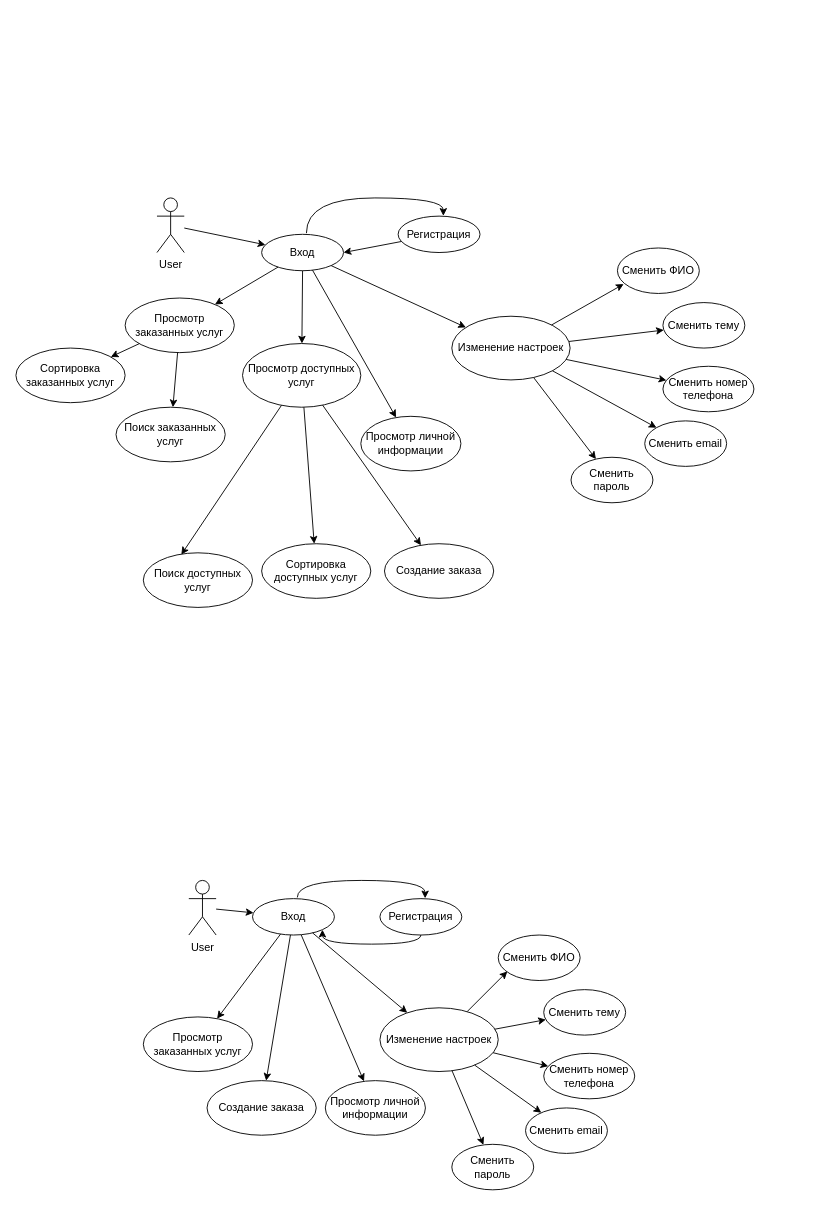
Before: Untitled Diagram.drawio in jekaqvop/Service-Center, a draw.io diagram. Source tidied: cells renumbered, new cells numbered last; positions are measured from the earlier drawing's top-left corner, leaving out a move shared by most shapes. Both pictures are drawn from the tidied source at 91%, with x=0, y=0 at pixel (15, 197).
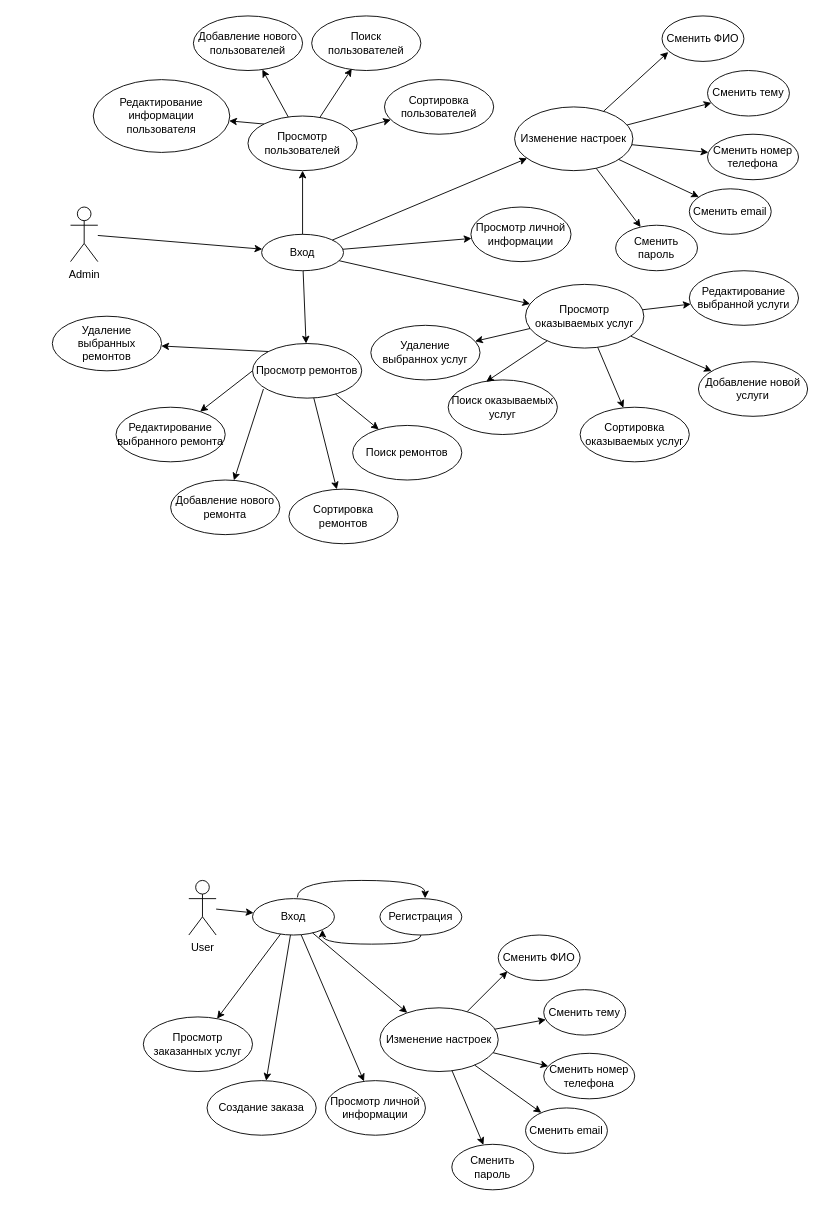
The same diagram, later.

The change refers to these unchanged cells:
```xml
<mxCell id="3" value="Вход" style="ellipse;whiteSpace=wrap;html=1;" parent="1" vertex="1">
  <mxGeometry x="270" y="40" width="90" height="40" as="geometry" />
</mxCell>
```

Diff of the diagram source:
```diff
@@
-    <mxCell id="2" value="User" style="shape=umlActor;verticalLabelPosition=bottom;verticalAlign=top;html=1;outlineConnect=0;" parent="1" vertex="1">
-      <mxGeometry x="155" width="30" height="60" as="geometry" />
+    <mxCell id="2" value="Admin" style="shape=umlActor;verticalLabelPosition=bottom;verticalAlign=top;html=1;outlineConnect=0;" parent="1" vertex="1">
+      <mxGeometry x="60" y="10" width="30" height="60" as="geometry" />
     </mxCell>
@@
-    <mxCell id="4" value="Регистрация" style="ellipse;whiteSpace=wrap;html=1;" parent="1" vertex="1">
-      <mxGeometry x="420" y="20" width="90" height="40" as="geometry" />
-    </mxCell>
-    <mxCell id="5" style="curved=1;endArrow=classic;html=1;exitX=0.547;exitY=-0.032;exitDx=0;exitDy=0;exitPerimeter=0;entryX=0.552;entryY=-0.008;entryDx=0;entryDy=0;entryPerimeter=0;edgeStyle=orthogonalEdgeStyle;" parent="1" edge="1" source="3" target="4">
-      <mxGeometry relative="1" as="geometry">
-        <Array as="points">
-          <mxPoint x="319" />
-          <mxPoint x="470" />
-        </Array>
-      </mxGeometry>
-    </mxCell>
@@
     <mxCell id="7" value="Просмотр личной информации" style="ellipse;whiteSpace=wrap;html=1;" parent="1" vertex="1">
-      <mxGeometry x="379" y="240" width="110" height="60" as="geometry" />
+      <mxGeometry x="500" y="10" width="110" height="60" as="geometry" />
     </mxCell>
@@
     <mxCell id="9" value="Изменение настроек" style="ellipse;whiteSpace=wrap;html=1;" parent="1" vertex="1">
-      <mxGeometry x="479" y="130" width="130" height="70" as="geometry" />
+      <mxGeometry x="548" y="-100" width="130" height="70" as="geometry" />
     </mxCell>
@@
-    <mxCell id="11" value="Создание заказа" style="ellipse;whiteSpace=wrap;html=1;" parent="1" vertex="1">
-      <mxGeometry x="405" y="380" width="120" height="60" as="geometry" />
+    <mxCell id="11" value="Добавление новой услуги" style="ellipse;whiteSpace=wrap;html=1;" parent="1" vertex="1">
+      <mxGeometry x="750" y="180" width="120" height="60" as="geometry" />
     </mxCell>
@@
-    <mxCell id="13" value="Просмотр заказанных услуг" style="ellipse;whiteSpace=wrap;html=1;" parent="1" vertex="1">
-      <mxGeometry x="120" y="110" width="120" height="60" as="geometry" />
+    <mxCell id="13" value="Просмотр ремонтов" style="ellipse;whiteSpace=wrap;html=1;" parent="1" vertex="1">
+      <mxGeometry x="260" y="160" width="120" height="60" as="geometry" />
     </mxCell>
@@
     <mxCell id="15" value="Сменить тему" style="ellipse;whiteSpace=wrap;html=1;" parent="1" vertex="1">
-      <mxGeometry x="711" y="115" width="90" height="50" as="geometry" />
+      <mxGeometry x="760" y="-140" width="90" height="50" as="geometry" />
     </mxCell>
     <mxCell id="16" value="Сменить номер телефона" style="ellipse;whiteSpace=wrap;html=1;" parent="1" vertex="1">
-      <mxGeometry x="711" y="185" width="100" height="50" as="geometry" />
+      <mxGeometry x="760" y="-70" width="100" height="50" as="geometry" />
     </mxCell>
     <mxCell id="17" value="Сменить email" style="ellipse;whiteSpace=wrap;html=1;" parent="1" vertex="1">
-      <mxGeometry x="691" y="245" width="90" height="50" as="geometry" />
+      <mxGeometry x="740" y="-10" width="90" height="50" as="geometry" />
     </mxCell>
     <mxCell id="18" value="Сменить пароль" style="ellipse;whiteSpace=wrap;html=1;" parent="1" vertex="1">
-      <mxGeometry x="610" y="285" width="90" height="50" as="geometry" />
+      <mxGeometry x="659" y="30" width="90" height="50" as="geometry" />
     </mxCell>
     <mxCell id="19" value="Сменить ФИО" style="ellipse;whiteSpace=wrap;html=1;" parent="1" vertex="1">
-      <mxGeometry x="661" y="55" width="90" height="50" as="geometry" />
+      <mxGeometry x="710" y="-200" width="90" height="50" as="geometry" />
     </mxCell>
@@
-    <mxCell id="49" value="Просмотр доступных услуг" style="ellipse;whiteSpace=wrap;html=1;" parent="1" vertex="1">
-      <mxGeometry x="249" y="160" width="130" height="70" as="geometry" />
+    <mxCell id="49" value="Просмотр оказываемых услуг" style="ellipse;whiteSpace=wrap;html=1;" parent="1" vertex="1">
+      <mxGeometry x="560" y="95" width="130" height="70" as="geometry" />
     </mxCell>
@@
-    <mxCell id="51" value="Сортировка доступных услуг" style="ellipse;whiteSpace=wrap;html=1;" parent="1" vertex="1">
-      <mxGeometry x="270" y="380" width="120" height="60" as="geometry" />
+    <mxCell id="51" value="Сортировка оказываемых услуг" style="ellipse;whiteSpace=wrap;html=1;" parent="1" vertex="1">
+      <mxGeometry x="620" y="230" width="120" height="60" as="geometry" />
     </mxCell>
@@
-    <mxCell id="53" value="Поиск доступных услуг" style="ellipse;whiteSpace=wrap;html=1;" parent="1" vertex="1">
-      <mxGeometry x="140" y="390" width="120" height="60" as="geometry" />
+    <mxCell id="53" value="Поиск оказываемых  услуг" style="ellipse;whiteSpace=wrap;html=1;" parent="1" vertex="1">
+      <mxGeometry x="475" y="200" width="120" height="60" as="geometry" />
     </mxCell>
@@
-    <mxCell id="55" value="Сортировка заказанных услуг" style="ellipse;whiteSpace=wrap;html=1;" parent="1" vertex="1">
-      <mxGeometry y="165" width="120" height="60" as="geometry" />
+    <mxCell id="55" value="Сортировка ремонтов" style="ellipse;whiteSpace=wrap;html=1;" parent="1" vertex="1">
+      <mxGeometry x="300" y="320" width="120" height="60" as="geometry" />
     </mxCell>
-    <mxCell id="56" value="Поиск заказанных услуг" style="ellipse;whiteSpace=wrap;html=1;" parent="1" vertex="1">
-      <mxGeometry x="110" y="230" width="120" height="60" as="geometry" />
+    <mxCell id="56" value="Поиск ремонтов" style="ellipse;whiteSpace=wrap;html=1;" parent="1" vertex="1">
+      <mxGeometry x="370" y="250" width="120" height="60" as="geometry" />
     </mxCell>
@@
-    <mxCell id="60" style="endArrow=classic;html=1;entryX=1;entryY=0.5;entryDx=0;entryDy=0;" parent="1" edge="1" source="4" target="3">
-      <mxGeometry relative="1" as="geometry" />
-    </mxCell>
+    <mxCell id="61" value="Редактирование выбранной услуги" style="ellipse;whiteSpace=wrap;html=1;" parent="1" vertex="1">
+      <mxGeometry x="740" y="80" width="120" height="60" as="geometry" />
+    </mxCell>
+    <mxCell id="62" style="endArrow=classic;html=1;" parent="1" edge="1" source="49" target="61">
+      <mxGeometry relative="1" as="geometry" />
+    </mxCell>
+    <mxCell id="63" value="&lt;div&gt;Удаление выбраннох услуг&lt;/div&gt;" style="ellipse;whiteSpace=wrap;html=1;" parent="1" vertex="1">
+      <mxGeometry x="390" y="140" width="120" height="60" as="geometry" />
+    </mxCell>
+    <mxCell id="64" style="endArrow=classic;html=1;" parent="1" edge="1" source="49" target="63">
+      <mxGeometry relative="1" as="geometry" />
+    </mxCell>
+    <mxCell id="65" value="Добавление нового ремонта" style="ellipse;whiteSpace=wrap;html=1;" parent="1" vertex="1">
+      <mxGeometry x="170" y="310" width="120" height="60" as="geometry" />
+    </mxCell>
+    <mxCell id="66" value="Редактирование выбранного ремонта" style="ellipse;whiteSpace=wrap;html=1;" parent="1" vertex="1">
+      <mxGeometry x="110" y="230" width="120" height="60" as="geometry" />
+    </mxCell>
+    <mxCell id="67" value="&lt;div&gt;Удаление выбранных ремонтов&lt;/div&gt;" style="ellipse;whiteSpace=wrap;html=1;" parent="1" vertex="1">
+      <mxGeometry x="40" y="130" width="120" height="60" as="geometry" />
+    </mxCell>
+    <mxCell id="68" style="endArrow=classic;html=1;exitX=0;exitY=0;exitDx=0;exitDy=0;" parent="1" edge="1" source="13" target="67">
+      <mxGeometry relative="1" as="geometry" />
+    </mxCell>
+    <mxCell id="69" style="endArrow=classic;html=1;exitX=0;exitY=0.5;exitDx=0;exitDy=0;" parent="1" edge="1" source="13" target="66">
+      <mxGeometry relative="1" as="geometry" />
+    </mxCell>
+    <mxCell id="70" style="endArrow=classic;html=1;exitX=0.1;exitY=0.833;exitDx=0;exitDy=0;exitPerimeter=0;" parent="1" edge="1" source="13" target="65">
+      <mxGeometry relative="1" as="geometry" />
+    </mxCell>
+    <mxCell id="71" value="Просмотр пользователей" style="ellipse;whiteSpace=wrap;html=1;" parent="1" vertex="1">
+      <mxGeometry x="255" y="-90" width="120" height="60" as="geometry" />
+    </mxCell>
+    <mxCell id="72" style="endArrow=classic;html=1;startArrow=none;" parent="1" edge="1" source="71" target="79">
+      <mxGeometry relative="1" as="geometry" />
+    </mxCell>
+    <mxCell id="73" value="Сортировка пользователей" style="ellipse;whiteSpace=wrap;html=1;" parent="1" vertex="1">
+      <mxGeometry x="405" y="-130" width="120" height="60" as="geometry" />
+    </mxCell>
+    <mxCell id="74" value="Поиск пользователей" style="ellipse;whiteSpace=wrap;html=1;" parent="1" vertex="1">
+      <mxGeometry x="325" y="-200" width="120" height="60" as="geometry" />
+    </mxCell>
+    <mxCell id="75" style="endArrow=classic;html=1;" parent="1" edge="1" source="71" target="73">
+      <mxGeometry relative="1" as="geometry" />
+    </mxCell>
+    <mxCell id="76" value="Редактирование информации пользователя" style="ellipse;whiteSpace=wrap;html=1;" parent="1" vertex="1">
+      <mxGeometry x="85" y="-130" width="150" height="80" as="geometry" />
+    </mxCell>
+    <mxCell id="77" style="endArrow=classic;html=1;exitX=0;exitY=0;exitDx=0;exitDy=0;" parent="1" edge="1" source="71" target="76">
+      <mxGeometry relative="1" as="geometry" />
+    </mxCell>
+    <mxCell id="78" style="endArrow=classic;html=1;entryX=0.367;entryY=0.967;entryDx=0;entryDy=0;entryPerimeter=0;" parent="1" edge="1" source="71" target="74">
+      <mxGeometry relative="1" as="geometry" />
+    </mxCell>
+    <mxCell id="79" value="Добавление нового пользователей" style="ellipse;whiteSpace=wrap;html=1;" parent="1" vertex="1">
+      <mxGeometry x="195" y="-200" width="120" height="60" as="geometry" />
+    </mxCell>
+    <mxCell id="80" style="endArrow=classic;html=1;" parent="1" edge="1" source="3" target="71">
+      <mxGeometry relative="1" as="geometry" />
+    </mxCell>
```
